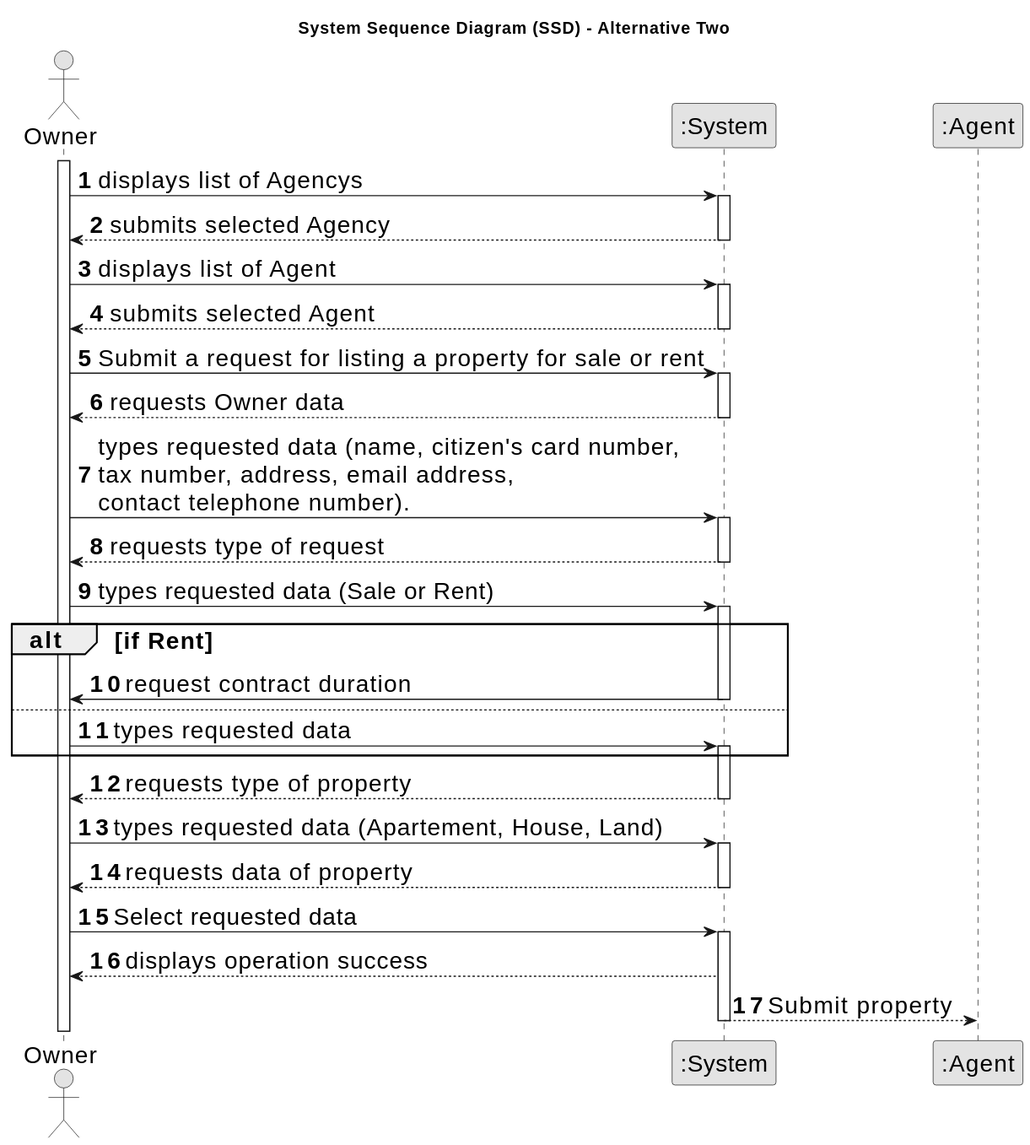
Earlier version of the PlantUML export docs/sprintB/us004/01.requirements-engineering/svg/us004-system-sequence-diagram-alternative-two.svg (Goncalves2525/real-estate-management-system).
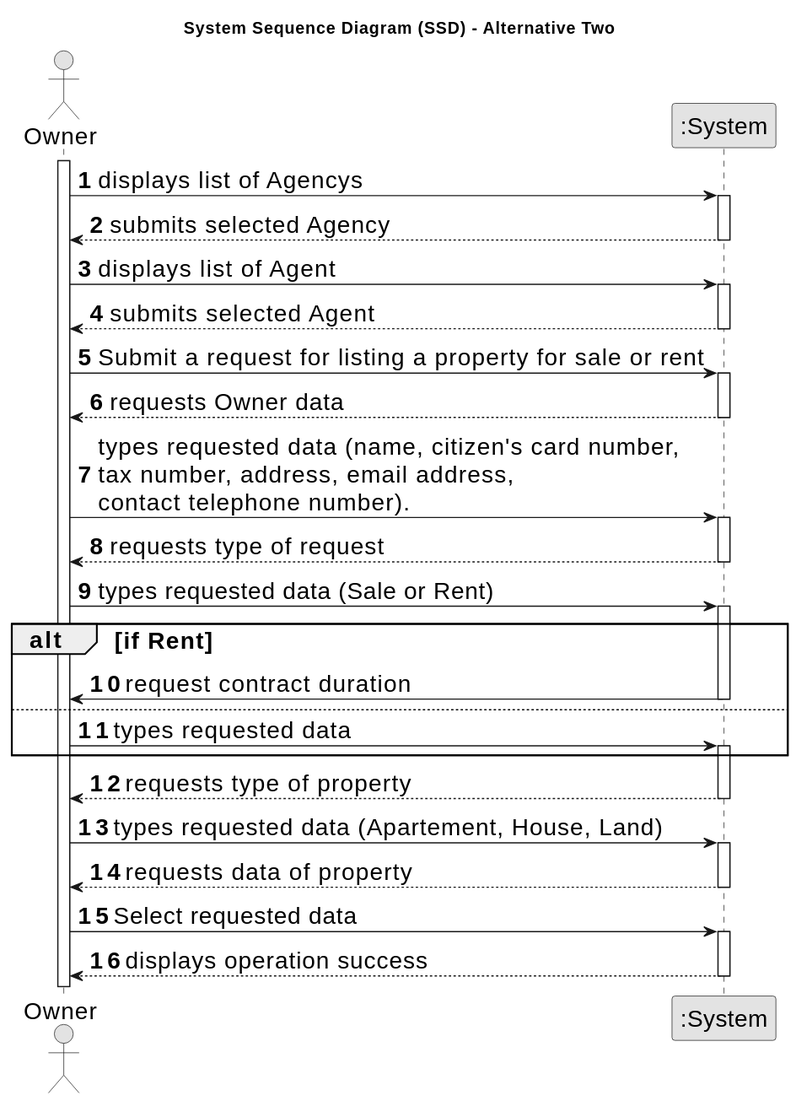
After the commit.

Change to the diagram source:
```diff
@@ -10,7 +10,6 @@
 
 actor "Owner" as Owner
 participant ":System" as System
-participant ":Agent" as Agent
 
 activate Owner
 
@@ -67,7 +66,5 @@
 
         System --> Owner : displays operation success
 
-
-        System --> Agent : Submit property
     deactivate System
 @enduml
```
